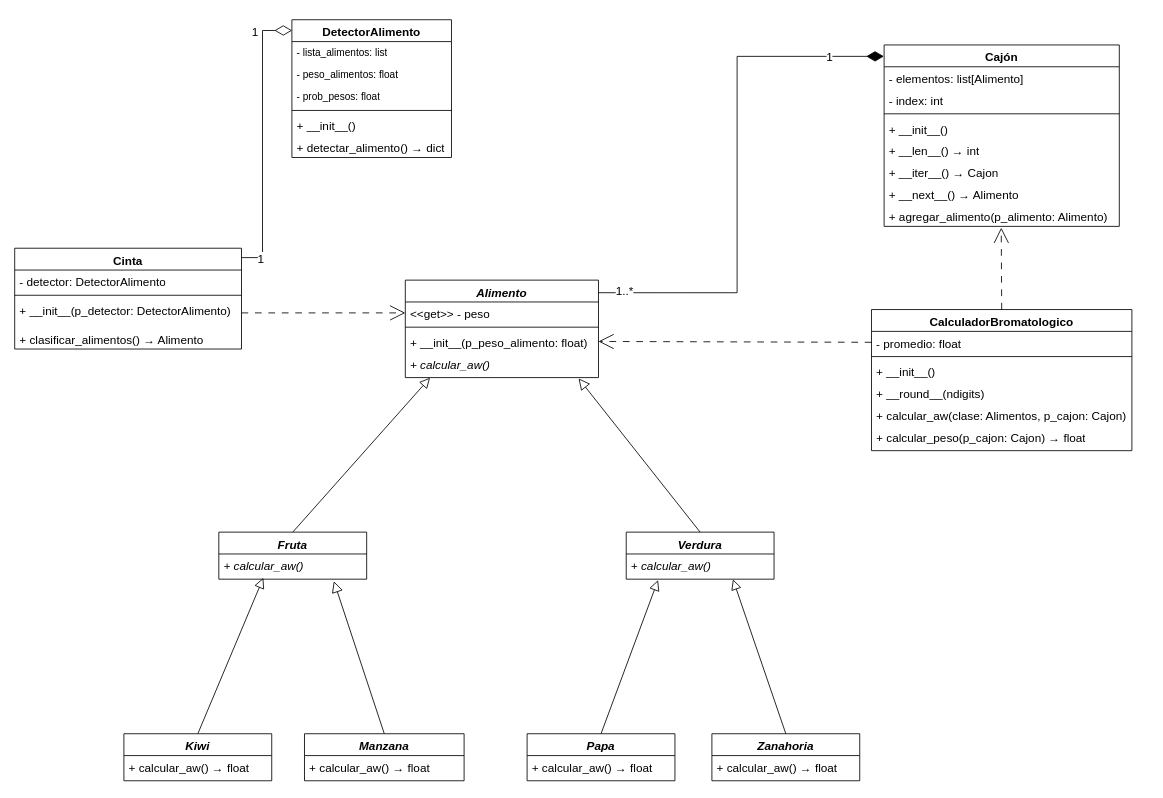
FelipeCarrozzo/prog_avanzada keeps this draw.io diagram as TrabajoPractico_2/proyecto2/docs/diagrama_UML_p2.drawio. Above is the earlier version. Source tidied: cells renumbered, new cells numbered last; positions are measured from the earlier drawing's top-left corner, leaving out a move shared by most shapes. Both pictures are drawn from the tidied source at 84%, with x=0, y=0 at pixel (14, 19).
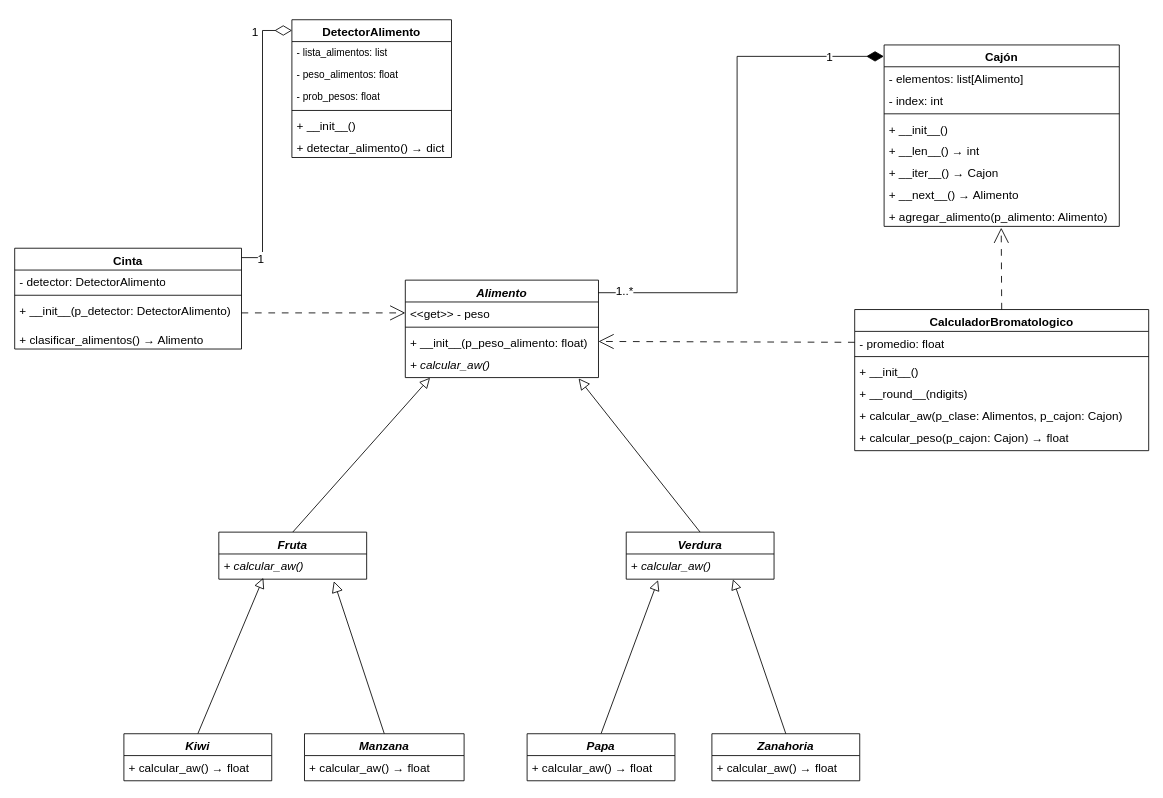
The same diagram, later.

Change to the diagram source:
```diff
@@
     <mxCell id="15" value="CalculadorBromatologico" style="swimlane;fontStyle=1;align=center;verticalAlign=top;horizontal=1;startSize=26;whiteSpace=wrap;html=1;fontSize=14;" parent="1" vertex="1">
-      <mxGeometry x="1020" y="345" width="310" height="168" as="geometry" />
+      <mxGeometry x="1000" y="345" width="350" height="168" as="geometry" />
     </mxCell>
     <mxCell id="16" value="- promedio: float" style="text;strokeColor=none;fillColor=none;align=left;verticalAlign=top;spacingLeft=4;spacingRight=4;overflow=hidden;points=[[0,0.5],[1,0.5]];portConstraint=eastwest;whiteSpace=wrap;html=1;fontSize=14;" parent="15" vertex="1">
-      <mxGeometry y="26" width="310" height="26" as="geometry" />
+      <mxGeometry y="26" width="350" height="26" as="geometry" />
     </mxCell>
     <mxCell id="17" style="line;strokeWidth=1;fillColor=none;align=left;verticalAlign=middle;spacingTop=-1;spacingLeft=3;spacingRight=3;labelPosition=right;strokeColor=inherit;fontSize=14;" parent="15" vertex="1">
-      <mxGeometry y="52" width="310" height="8" as="geometry" />
+      <mxGeometry y="52" width="350" height="8" as="geometry" />
     </mxCell>
     <mxCell id="18" value="+ __init__()" style="text;strokeColor=none;fillColor=none;align=left;verticalAlign=top;spacingLeft=4;spacingRight=4;overflow=hidden;whiteSpace=wrap;html=1;fontSize=14;" parent="15" vertex="1">
-      <mxGeometry y="60" width="310" height="26" as="geometry" />
+      <mxGeometry y="60" width="350" height="26" as="geometry" />
     </mxCell>
     <mxCell id="19" value="+ __round__(ndigits)" style="text;strokeColor=none;fillColor=none;align=left;verticalAlign=top;spacingLeft=4;spacingRight=4;overflow=hidden;whiteSpace=wrap;html=1;fontSize=14;" parent="15" vertex="1">
-      <mxGeometry y="86" width="310" height="26" as="geometry" />
+      <mxGeometry y="86" width="350" height="26" as="geometry" />
     </mxCell>
-    <mxCell id="20" value="+ calcular_aw(clase: Alimentos, p_cajon: Cajon)" style="text;strokeColor=none;fillColor=none;align=left;verticalAlign=top;spacingLeft=4;spacingRight=4;overflow=hidden;whiteSpace=wrap;html=1;fontSize=14;" parent="15" vertex="1">
-      <mxGeometry y="112" width="310" height="26" as="geometry" />
+    <mxCell id="20" value="+ calcular_aw(p_clase: Alimentos, p_cajon: Cajon)" style="text;strokeColor=none;fillColor=none;align=left;verticalAlign=top;spacingLeft=4;spacingRight=4;overflow=hidden;whiteSpace=wrap;html=1;fontSize=14;" parent="15" vertex="1">
+      <mxGeometry y="112" width="350" height="26" as="geometry" />
     </mxCell>
     <mxCell id="21" value="+ calcular_peso(p_cajon: Cajon)&amp;nbsp;→ float" style="text;strokeColor=none;fillColor=none;align=left;verticalAlign=top;spacingLeft=4;spacingRight=4;overflow=hidden;whiteSpace=wrap;html=1;fontSize=14;" parent="15" vertex="1">
-      <mxGeometry y="138" width="310" height="30" as="geometry" />
+      <mxGeometry y="138" width="350" height="30" as="geometry" />
     </mxCell>
```
